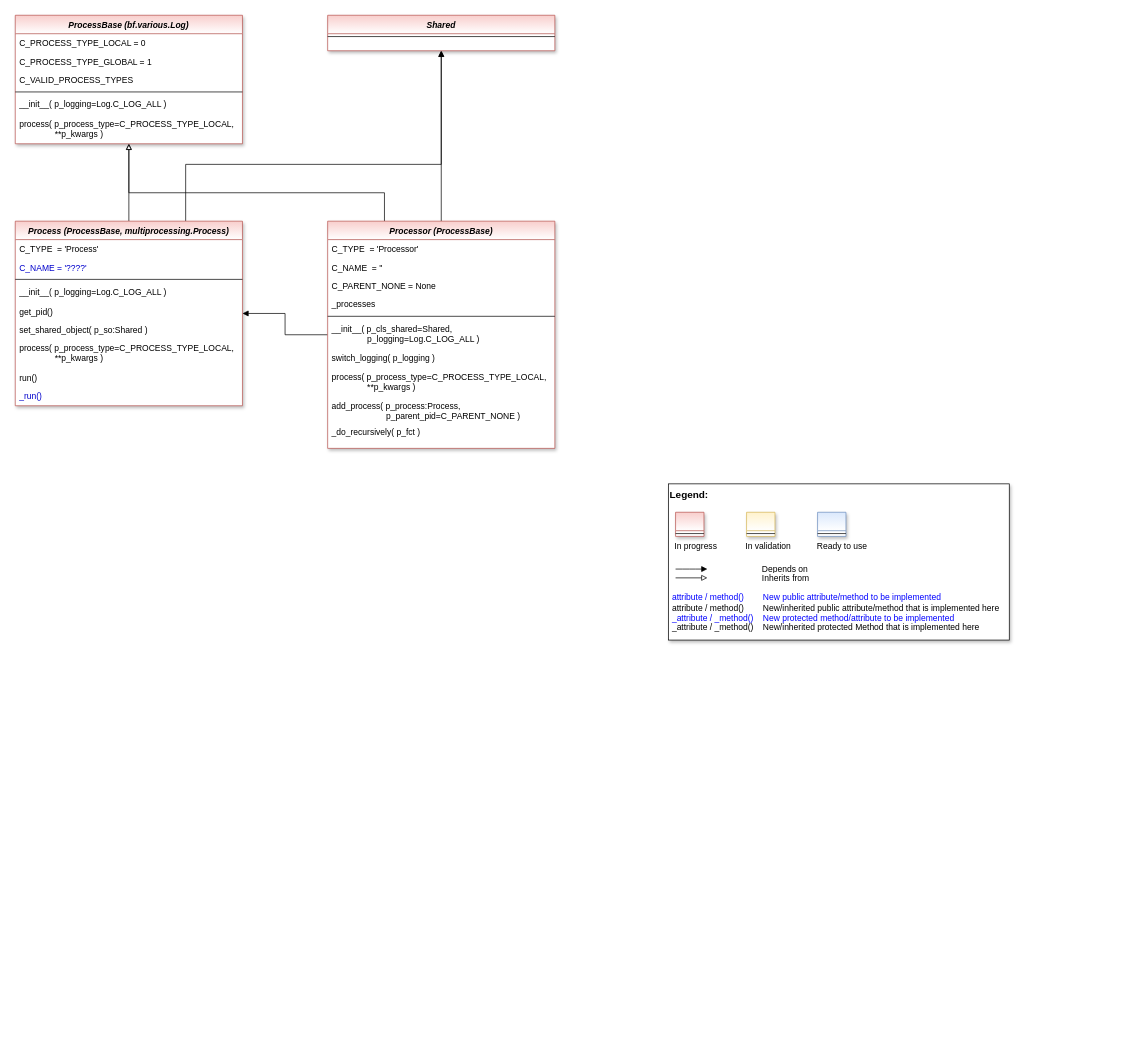
fhswf/MLPro keeps this draw.io diagram as doc/rtd/content/append2/core/images/bf/MLPro-BF-Processing_class_diagram.drawio. Above is the earlier version. Source tidied: cells renumbered, new cells numbered last; positions are measured from the earlier drawing's top-left corner, leaving out a move shared by most shapes. Both pictures are drawn from the tidied source at 71%, with x=0, y=0 at pixel (15, 15).
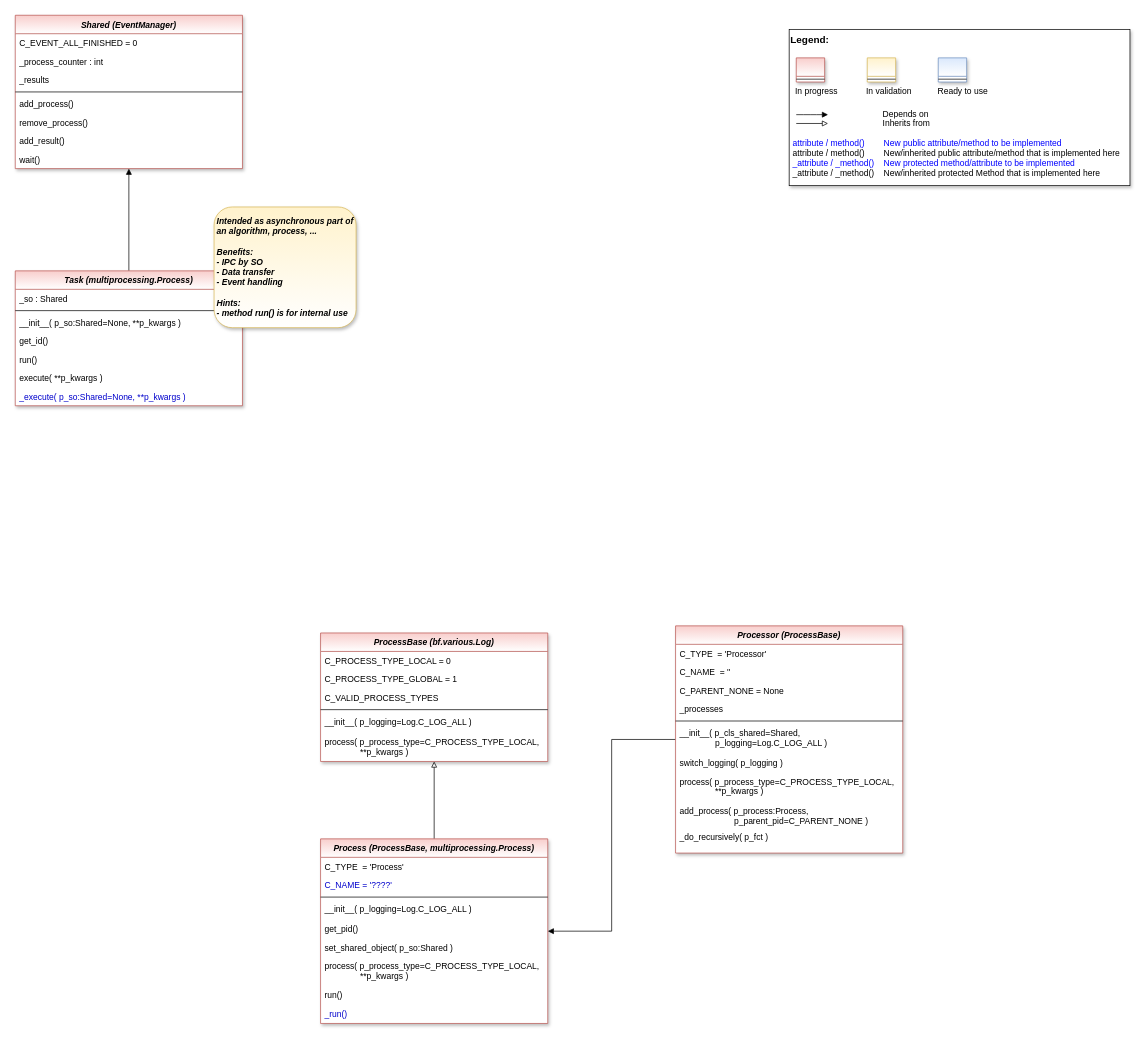
The same diagram, later.

The edit, as a diff of the source:
```diff
@@
-    <mxCell id="3" style="edgeStyle=orthogonalEdgeStyle;rounded=0;jettySize=auto;html=1;fontColor=default;endArrow=block;endFill=0;exitX=0.25;exitY=0;exitDx=0;exitDy=0;" parent="1" edge="1" source="5" target="38">
-      <mxGeometry relative="1" as="geometry">
-        <Array as="points">
-          <mxPoint x="520" y="250" />
-          <mxPoint x="160" y="250" />
-        </Array>
-      </mxGeometry>
-    </mxCell>
-    <mxCell id="4" style="edgeStyle=orthogonalEdgeStyle;rounded=0;jettySize=auto;html=1;fontColor=#FF0000;endArrow=block;endFill=1;" parent="1" edge="1" source="5" target="45">
-      <mxGeometry relative="1" as="geometry" />
-    </mxCell>
     <mxCell id="5" value="Processor (ProcessBase)" style="swimlane;fontStyle=3;align=center;verticalAlign=top;horizontal=1;startSize=26;rounded=0;shadow=1;strokeWidth=1;fillColor=#f8cecc;strokeColor=#b85450;swimlaneFillColor=#ffffff;gradientColor=#ffffff;" parent="1" vertex="1">
-      <mxGeometry x="440" y="290" width="320" height="320" as="geometry" />
+      <mxGeometry x="930" y="860" width="320" height="320" as="geometry" />
     </mxCell>
@@
-    <mxCell id="17" style="edgeStyle=orthogonalEdgeStyle;rounded=0;jettySize=auto;html=1;fontColor=#FF0000;endArrow=block;endFill=1;exitX=0.75;exitY=0;exitDx=0;exitDy=0;" parent="1" edge="1" source="18" target="45">
-      <mxGeometry relative="1" as="geometry">
-        <Array as="points">
-          <mxPoint x="240" y="210" />
-          <mxPoint x="600" y="210" />
-        </Array>
-      </mxGeometry>
-    </mxCell>
     <mxCell id="18" value="Process (ProcessBase, multiprocessing.Process)" style="swimlane;fontStyle=3;align=center;verticalAlign=top;horizontal=1;startSize=26;rounded=0;shadow=1;strokeWidth=1;fillColor=#f8cecc;strokeColor=#b85450;glass=0;swimlaneFillColor=#ffffff;gradientColor=#ffffff;" parent="1" vertex="1">
-      <mxGeometry y="290" width="320" height="260" as="geometry" />
+      <mxGeometry x="430" y="1160" width="320" height="260" as="geometry" />
     </mxCell>
@@
     <mxCell id="28" style="group;" parent="1" vertex="1">
-      <mxGeometry x="920" y="660" width="480" height="220" as="geometry" />
+      <mxGeometry x="1090" y="20" width="480" height="220" as="geometry" />
     </mxCell>
@@
     <mxCell id="38" value="ProcessBase (bf.various.Log)" style="swimlane;fontStyle=3;align=center;verticalAlign=top;horizontal=1;startSize=26;rounded=0;shadow=1;strokeWidth=1;fillColor=#f8cecc;strokeColor=#b85450;glass=0;swimlaneFillColor=#ffffff;gradientColor=#ffffff;" parent="1" vertex="1">
-      <mxGeometry width="320" height="181" as="geometry" />
+      <mxGeometry x="430" y="870" width="320" height="181" as="geometry" />
     </mxCell>
@@
-    <mxCell id="45" value="Shared" style="swimlane;fontStyle=3;align=center;verticalAlign=top;horizontal=1;startSize=26;rounded=0;shadow=1;strokeWidth=1;fillColor=#f8cecc;strokeColor=#b85450;glass=0;swimlaneFillColor=#ffffff;gradientColor=#ffffff;" parent="1" vertex="1">
-      <mxGeometry x="440" width="320" height="50" as="geometry" />
+    <mxCell id="45" value="Shared (EventManager)" style="swimlane;fontStyle=3;align=center;verticalAlign=top;horizontal=1;startSize=26;rounded=0;shadow=1;strokeWidth=1;fillColor=#f8cecc;strokeColor=#b85450;glass=0;swimlaneFillColor=#ffffff;gradientColor=#ffffff;" parent="1" vertex="1">
+      <mxGeometry width="320" height="216" as="geometry" />
     </mxCell>
+    <mxCell id="47" value="C_EVENT_ALL_FINISHED = 0 " style="text;align=left;verticalAlign=top;spacingLeft=4;spacingRight=4;overflow=hidden;" parent="45" vertex="1">
+      <mxGeometry y="26" width="320" height="26" as="geometry" />
+    </mxCell>
+    <mxCell id="48" value="_process_counter : int" style="text;align=left;verticalAlign=top;spacingLeft=4;spacingRight=4;overflow=hidden;" parent="45" vertex="1">
+      <mxGeometry y="52" width="320" height="26" as="geometry" />
+    </mxCell>
+    <mxCell id="49" value="_results" style="text;align=left;verticalAlign=top;spacingLeft=4;spacingRight=4;overflow=hidden;" parent="45" vertex="1">
+      <mxGeometry y="78" width="320" height="26" as="geometry" />
+    </mxCell>
     <mxCell id="46" style="line;html=1;strokeWidth=1;align=left;verticalAlign=middle;spacingTop=-1;spacingLeft=3;spacingRight=3;labelPosition=right;" parent="45" vertex="1">
-      <mxGeometry y="26" width="320" height="8" as="geometry" />
+      <mxGeometry y="104" width="320" height="8" as="geometry" />
     </mxCell>
+    <mxCell id="50" value="add_process()" style="text;align=left;verticalAlign=top;spacingLeft=4;spacingRight=4;overflow=hidden;" parent="45" vertex="1">
+      <mxGeometry y="112" width="320" height="26" as="geometry" />
+    </mxCell>
+    <mxCell id="51" value="remove_process()" style="text;align=left;verticalAlign=top;spacingLeft=4;spacingRight=4;overflow=hidden;" parent="45" vertex="1">
+      <mxGeometry y="138" width="320" height="26" as="geometry" />
+    </mxCell>
+    <mxCell id="52" value="add_result()" style="text;align=left;verticalAlign=top;spacingLeft=4;spacingRight=4;overflow=hidden;" parent="45" vertex="1">
+      <mxGeometry y="164" width="320" height="26" as="geometry" />
+    </mxCell>
+    <mxCell id="53" value="wait()" style="text;align=left;verticalAlign=top;spacingLeft=4;spacingRight=4;overflow=hidden;" parent="45" vertex="1">
+      <mxGeometry y="190" width="320" height="26" as="geometry" />
+    </mxCell>
+    <mxCell id="54" style="edgeStyle=orthogonalEdgeStyle;rounded=0;jettySize=auto;html=1;endArrow=block;endFill=1;" parent="1" edge="1" source="55" target="45">
+      <mxGeometry relative="1" as="geometry" />
+    </mxCell>
+    <mxCell id="55" value="Task (multiprocessing.Process)" style="swimlane;fontStyle=3;align=center;verticalAlign=top;horizontal=1;startSize=26;rounded=0;shadow=1;strokeWidth=1;fillColor=#f8cecc;strokeColor=#b85450;glass=0;swimlaneFillColor=#ffffff;gradientColor=#ffffff;" parent="1" vertex="1">
+      <mxGeometry y="360" width="320" height="190" as="geometry" />
+    </mxCell>
+    <mxCell id="56" value="_so : Shared" style="text;align=left;verticalAlign=top;spacingLeft=4;spacingRight=4;overflow=hidden;" parent="55" vertex="1">
+      <mxGeometry y="26" width="320" height="26" as="geometry" />
+    </mxCell>
+    <mxCell id="57" style="line;html=1;strokeWidth=1;align=left;verticalAlign=middle;spacingTop=-1;spacingLeft=3;spacingRight=3;labelPosition=right;" parent="55" vertex="1">
+      <mxGeometry y="52" width="320" height="8" as="geometry" />
+    </mxCell>
+    <mxCell id="58" value="__init__( p_so:Shared=None, **p_kwargs )" style="text;align=left;verticalAlign=top;spacingLeft=4;spacingRight=4;overflow=hidden;" parent="55" vertex="1">
+      <mxGeometry y="60" width="320" height="26" as="geometry" />
+    </mxCell>
+    <mxCell id="59" value="get_id()" style="text;align=left;verticalAlign=top;spacingLeft=4;spacingRight=4;overflow=hidden;" parent="55" vertex="1">
+      <mxGeometry y="86" width="320" height="26" as="geometry" />
+    </mxCell>
+    <mxCell id="60" value="run()" style="text;align=left;verticalAlign=top;spacingLeft=4;spacingRight=4;overflow=hidden;" parent="55" vertex="1">
+      <mxGeometry y="112" width="320" height="26" as="geometry" />
+    </mxCell>
+    <mxCell id="61" value="execute( **p_kwargs )" style="text;align=left;verticalAlign=top;spacingLeft=4;spacingRight=4;overflow=hidden;" parent="55" vertex="1">
+      <mxGeometry y="138" width="320" height="26" as="geometry" />
+    </mxCell>
+    <mxCell id="62" value="_execute( p_so:Shared=None, **p_kwargs )" style="text;align=left;verticalAlign=top;spacingLeft=4;spacingRight=4;overflow=hidden;fontColor=#0000CC;" parent="55" vertex="1">
+      <mxGeometry y="164" width="320" height="26" as="geometry" />
+    </mxCell>
+    <mxCell id="63" value="&lt;b&gt;&lt;i&gt;Intended as asynchronous part of an algorithm, process, ...&lt;br&gt;&lt;br&gt;Benefits:&lt;br&gt;- IPC by SO&lt;br&gt;- Data transfer&lt;br&gt;- Event handling&lt;br&gt;&lt;br&gt;Hints:&lt;br&gt;- method run() is for internal use&lt;br&gt;&lt;/i&gt;&lt;/b&gt;" style="rounded=1;whiteSpace=wrap;html=1;shadow=1;fillColor=#fff2cc;strokeColor=#d6b656;gradientColor=#ffffff;align=left;verticalAlign=middle;spacingLeft=2;spacingRight=2;" parent="1" vertex="1">
+      <mxGeometry x="280" y="270" width="200" height="170" as="geometry" />
+    </mxCell>
```
